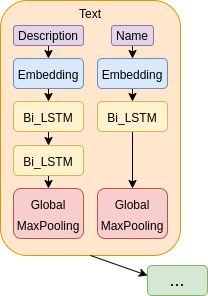
Above: report/kerasModel.png in rpo19/MercariPriceSuggestionChallenge (draw.io), before the change. Source tidied: cells renumbered, new cells last; positions are measured from the earlier drawing's top-left corner, leaving out a move shared by most shapes.
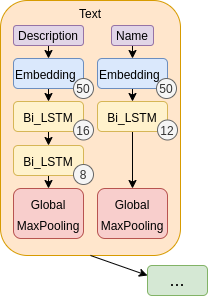
The same diagram one commit later.

Diff of the diagram source:
```diff
@@ -20,13 +20,13 @@
     <mxCell id="7" style="edgeStyle=orthogonalEdgeStyle;rounded=0;jettySize=auto;html=1;exitX=0.5;exitY=1;exitDx=0;exitDy=0;entryX=0.5;entryY=0;entryDx=0;entryDy=0;" parent="1" edge="1" source="8" target="12">
       <mxGeometry relative="1" as="geometry" />
     </mxCell>
-    <mxCell id="8" value="&lt;font style=&quot;font-size: 12px&quot;&gt;Embedding&lt;/font&gt;" style="rounded=1;whiteSpace=wrap;html=1;align=center;fillColor=#dae8fc;strokeColor=#6c8ebf;fontSize=18;" parent="1" vertex="1">
+    <mxCell id="8" value="&lt;font style=&quot;font-size: 12px&quot;&gt;Embedding&lt;/font&gt;" style="rounded=1;whiteSpace=wrap;html=1;align=left;fillColor=#dae8fc;strokeColor=#6c8ebf;fontSize=18;" parent="1" vertex="1">
       <mxGeometry x="13" y="58" width="70" height="30" as="geometry" />
     </mxCell>
     <mxCell id="9" style="edgeStyle=orthogonalEdgeStyle;rounded=0;jettySize=auto;html=1;exitX=0.5;exitY=1;exitDx=0;exitDy=0;entryX=0.5;entryY=0;entryDx=0;entryDy=0;" parent="1" edge="1" source="10" target="16">
       <mxGeometry relative="1" as="geometry" />
     </mxCell>
-    <mxCell id="10" value="&lt;font style=&quot;font-size: 12px&quot;&gt;Embedding&lt;/font&gt;" style="rounded=1;whiteSpace=wrap;html=1;align=center;fillColor=#dae8fc;strokeColor=#6c8ebf;fontSize=18;" parent="1" vertex="1">
+    <mxCell id="10" value="&lt;font style=&quot;font-size: 12px&quot;&gt;Embedding&lt;/font&gt;" style="rounded=1;whiteSpace=wrap;html=1;align=left;fillColor=#dae8fc;strokeColor=#6c8ebf;fontSize=18;" parent="1" vertex="1">
       <mxGeometry x="97" y="58" width="70" height="30" as="geometry" />
     </mxCell>
     <mxCell id="11" style="edgeStyle=orthogonalEdgeStyle;rounded=0;jettySize=auto;html=1;exitX=0.5;exitY=1;exitDx=0;exitDy=0;entryX=0.5;entryY=0;entryDx=0;entryDy=0;" parent="1" edge="1" source="12" target="18">
@@ -61,5 +61,20 @@
     <mxCell id="20" value="&lt;font style=&quot;font-size: 18px&quot;&gt;...&lt;/font&gt;" style="rounded=1;whiteSpace=wrap;html=1;fillColor=#d5e8d4;strokeColor=#82b366;" parent="1" vertex="1">
       <mxGeometry x="147" y="265" width="60" height="30" as="geometry" />
     </mxCell>
+    <mxCell id="21" value="12" style="ellipse;whiteSpace=wrap;html=1;fillColor=#f5f5f5;strokeColor=#666666;fontColor=#333333;" parent="1" vertex="1">
+      <mxGeometry x="157" y="119.5" width="20" height="20" as="geometry" />
+    </mxCell>
+    <mxCell id="22" value="16" style="ellipse;whiteSpace=wrap;html=1;fillColor=#f5f5f5;strokeColor=#666666;fontColor=#333333;" parent="1" vertex="1">
+      <mxGeometry x="73" y="119.5" width="20" height="20" as="geometry" />
+    </mxCell>
+    <mxCell id="23" value="8" style="ellipse;whiteSpace=wrap;html=1;fillColor=#f5f5f5;strokeColor=#666666;fontColor=#333333;" parent="1" vertex="1">
+      <mxGeometry x="73" y="164" width="20" height="20" as="geometry" />
+    </mxCell>
+    <mxCell id="24" value="50" style="ellipse;whiteSpace=wrap;html=1;fillColor=#f5f5f5;strokeColor=#666666;fontColor=#333333;" parent="1" vertex="1">
+      <mxGeometry x="73" y="78" width="20" height="20" as="geometry" />
+    </mxCell>
+    <mxCell id="25" value="50" style="ellipse;whiteSpace=wrap;html=1;fillColor=#f5f5f5;strokeColor=#666666;fontColor=#333333;" parent="1" vertex="1">
+      <mxGeometry x="156" y="78" width="20" height="20" as="geometry" />
+    </mxCell>
   </root>
 </mxGraphModel>
```
